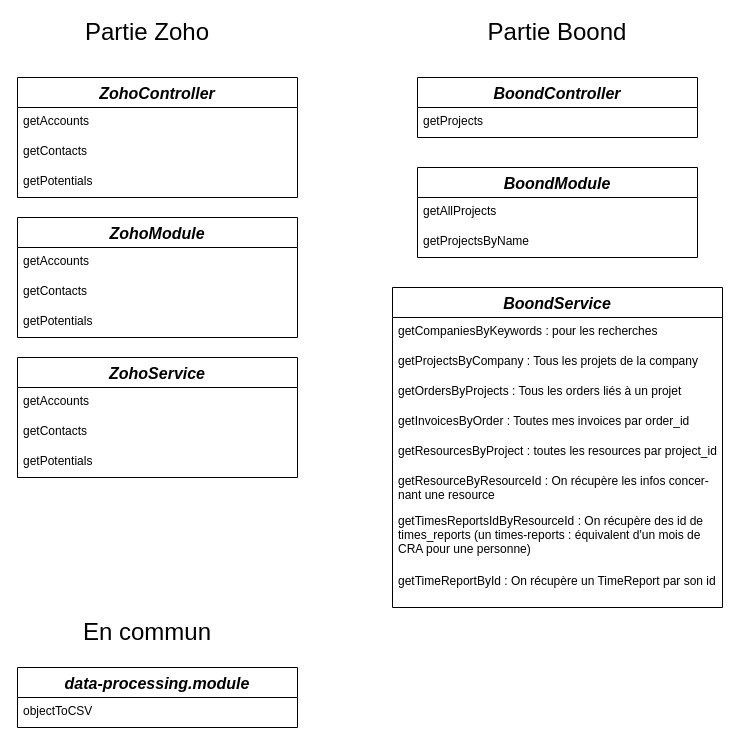
Above: page "diagramme_classes" (3 of 6) of diagrams/Routes & Classes.drawio in the-next-dimitri/documentation-ROBI (draw.io), before the change. Source tidied: cells renumbered, new cells numbered last; positions are measured from the earlier drawing's top-left corner, leaving out a move shared by most shapes. Both pictures are drawn from the tidied source at 100%, with x=0, y=0 at pixel (17, 17).
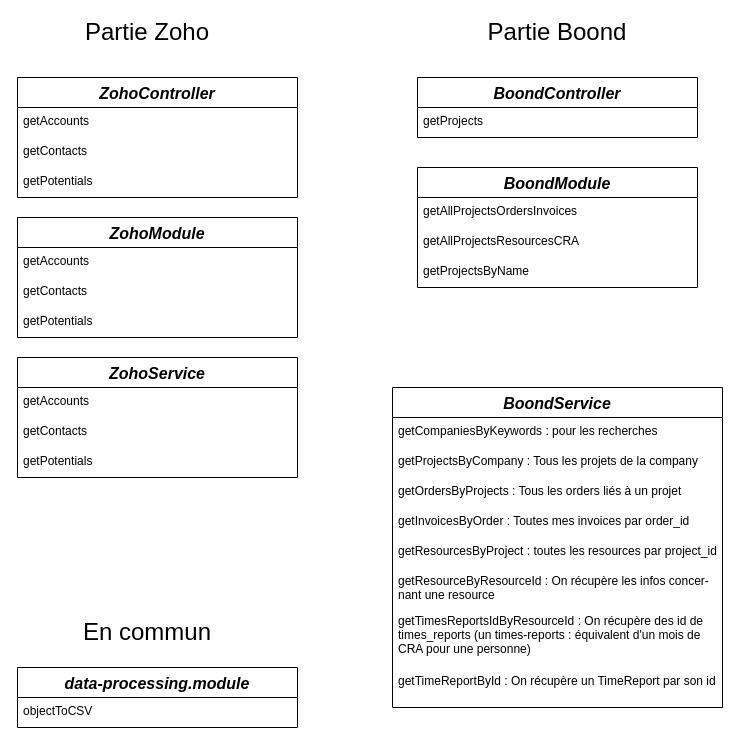
Above is the later version.

The edit, as a diff of the source:
```diff
@@
     <mxCell id="16" value="BoondModule" style="swimlane;fontStyle=3;align=center;verticalAlign=top;horizontal=1;startSize=30;rounded=0;shadow=0;strokeWidth=1;fontSize=16;" parent="1" vertex="1">
-      <mxGeometry x="400" y="150" width="280" height="90" as="geometry" />
+      <mxGeometry x="400" y="150" width="280" height="120" as="geometry" />
     </mxCell>
-    <mxCell id="17" value="getAllProjects" style="text;align=left;verticalAlign=top;spacingLeft=4;spacingRight=4;overflow=hidden;rounded=0;shadow=0;html=0;fontSize=12;" parent="16" vertex="1">
+    <mxCell id="17" value="getAllProjectsOrdersInvoices" style="text;align=left;verticalAlign=top;spacingLeft=4;spacingRight=4;overflow=hidden;rounded=0;shadow=0;html=0;fontSize=12;" parent="16" vertex="1">
       <mxGeometry y="30" width="280" height="30" as="geometry" />
     </mxCell>
+    <mxCell id="33" value="getAllProjectsResourcesCRA" style="text;align=left;verticalAlign=top;spacingLeft=4;spacingRight=4;overflow=hidden;rounded=0;shadow=0;html=0;fontSize=12;" parent="16" vertex="1">
+      <mxGeometry y="60" width="280" height="30" as="geometry" />
+    </mxCell>
     <mxCell id="18" value="getProjectsByName" style="text;align=left;verticalAlign=top;spacingLeft=4;spacingRight=4;overflow=hidden;rounded=0;shadow=0;html=0;fontSize=12;" parent="16" vertex="1">
-      <mxGeometry y="60" width="280" height="30" as="geometry" />
+      <mxGeometry y="90" width="280" height="30" as="geometry" />
     </mxCell>
     <mxCell id="19" value="BoondService" style="swimlane;fontStyle=3;align=center;verticalAlign=top;horizontal=1;startSize=30;rounded=0;shadow=0;strokeWidth=1;fontSize=16;" parent="1" vertex="1">
-      <mxGeometry x="375" y="270" width="330" height="320" as="geometry" />
+      <mxGeometry x="375" y="370" width="330" height="320" as="geometry" />
     </mxCell>
```
